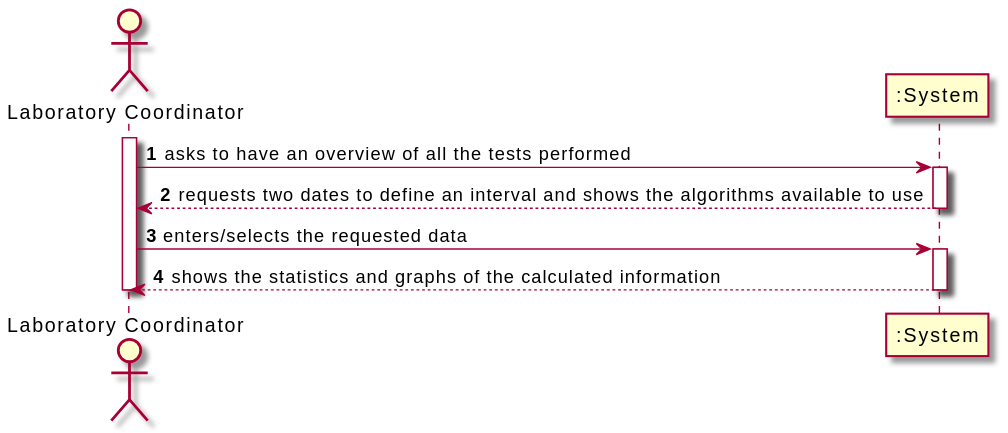
RuiRioPina/LAPR2-20-21 keeps this PlantUML diagram as docs/SprintD/US_16/US16_SSD.svg. Above is the earlier version.
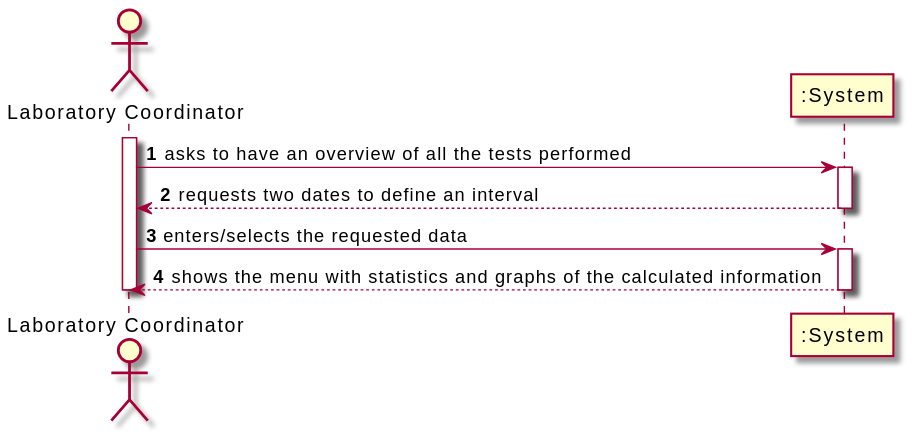
After the change.

What changed in the source:
```diff
@@ -5,12 +5,12 @@
 activate LC
 LC-> ":System" : asks to have an overview of all the tests performed
 activate ":System"
-":System" --> LC: requests two dates to define an interval and shows the algorithms available to use
+":System" --> LC: requests two dates to define an interval
 deactivate ":System"
 
 LC-> ":System" : enters/selects the requested data
 activate ":System"
-":System" --> LC: shows the statistics and graphs of the calculated information
+":System" --> LC: shows the menu with statistics and graphs of the calculated information
 deactivate ":System"
 
 deactivate LC
```
